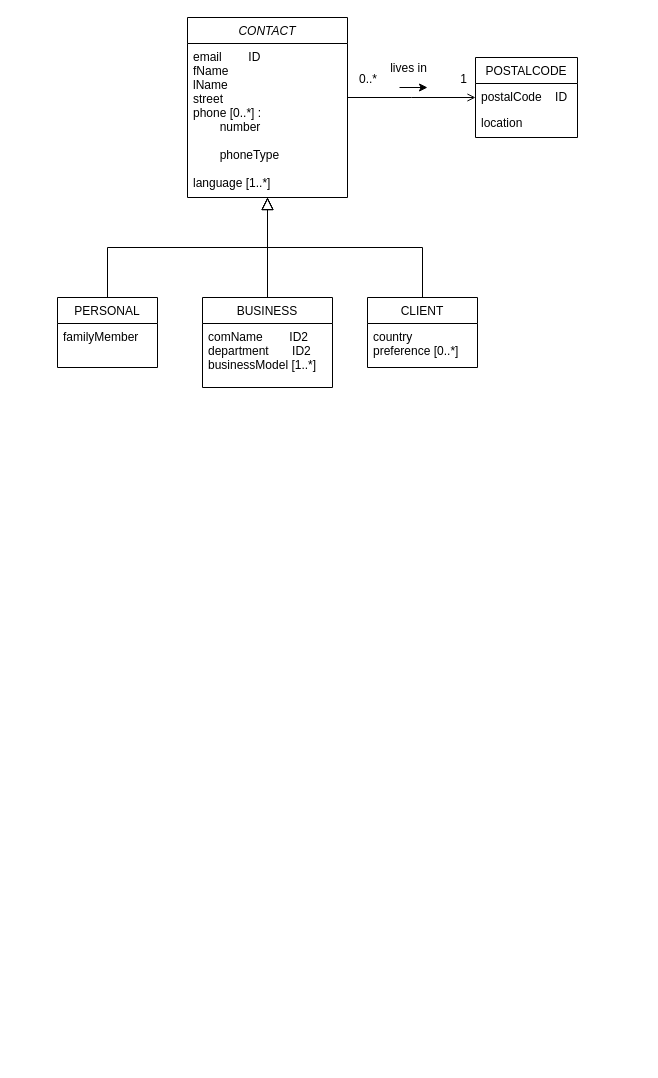
Before: Untitled Diagram.drawio in Levaote/chart, a draw.io diagram. Source tidied: cells renumbered, new cells numbered last; positions are measured from the earlier drawing's top-left corner, leaving out a move shared by most shapes. Both pictures are drawn from the tidied source at 100%, with x=0, y=0 at pixel (57, 17).
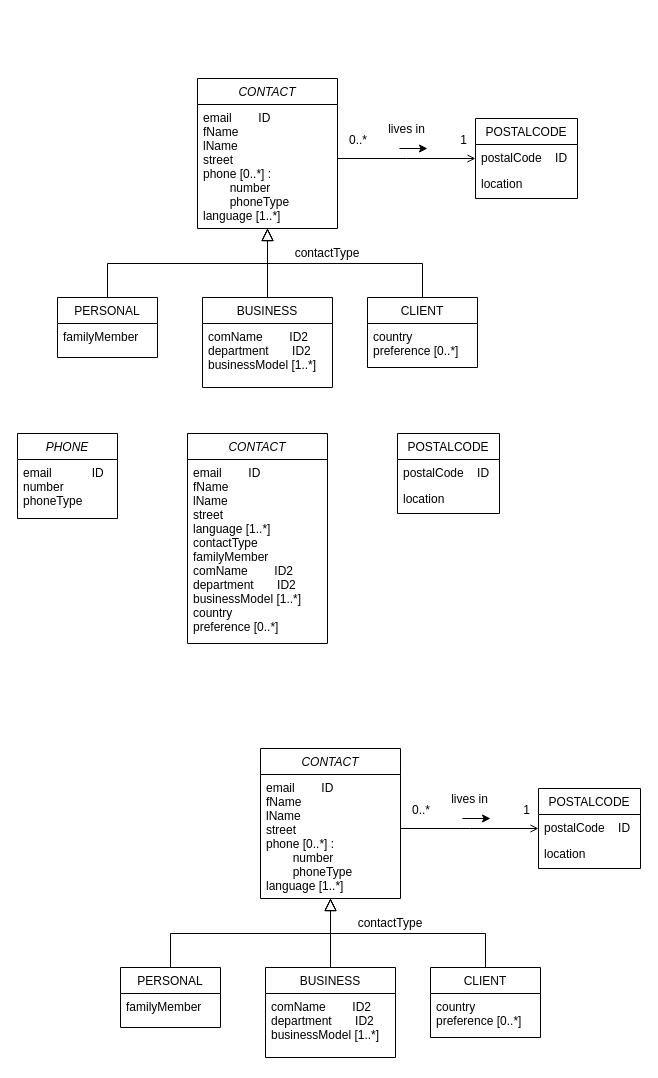
Above is the later version.

Change to the diagram source:
```diff
@@
     <mxCell id="2" value="CONTACT" style="swimlane;fontStyle=2;align=center;verticalAlign=top;horizontal=1;startSize=26;rounded=0;shadow=0;strokeWidth=1;" parent="1" vertex="1">
-      <mxGeometry x="130" width="160" height="180" as="geometry" />
+      <mxGeometry x="140" y="61" width="140" height="150" as="geometry" />
     </mxCell>
-    <mxCell id="3" value="email        ID&#10;fName&#10;lName&#10;street&#10;phone [0..*] :&#10;        number&#10;&#10;        phoneType&#10;&#10;language [1..*]" style="text;align=left;verticalAlign=top;spacingLeft=4;spacingRight=4;overflow=hidden;points=[[0,0.5],[1,0.5]];portConstraint=eastwest;" parent="2" vertex="1">
-      <mxGeometry y="26" width="160" height="154" as="geometry" />
+    <mxCell id="3" value="email        ID&#10;fName&#10;lName&#10;street&#10;phone [0..*] :&#10;        number&#10;        phoneType&#10;language [1..*]" style="text;align=left;verticalAlign=top;spacingLeft=4;spacingRight=4;overflow=hidden;points=[[0,0.5],[1,0.5]];portConstraint=eastwest;" parent="2" vertex="1">
+      <mxGeometry y="26" width="140" height="124" as="geometry" />
     </mxCell>
@@
     <mxCell id="10" value="POSTALCODE" style="swimlane;fontStyle=0;align=center;verticalAlign=top;horizontal=1;startSize=26;rounded=0;shadow=0;strokeWidth=1;" parent="1" vertex="1">
-      <mxGeometry x="418" y="40" width="102" height="80" as="geometry" />
+      <mxGeometry x="418" y="101" width="102" height="80" as="geometry" />
     </mxCell>
@@
     <mxCell id="17" style="endArrow=classic;html=1;rounded=0;" parent="1" edge="1">
       <mxGeometry relative="1" as="geometry">
-        <mxPoint x="342" y="70" as="sourcePoint" />
-        <mxPoint x="370" y="70" as="targetPoint" />
+        <mxPoint x="342" y="131" as="sourcePoint" />
+        <mxPoint x="370" y="131" as="targetPoint" />
       </mxGeometry>
     </mxCell>
     <mxCell id="18" value="PERSONAL" style="swimlane;fontStyle=0;align=center;verticalAlign=top;horizontal=1;startSize=26;rounded=0;shadow=0;strokeWidth=1;" parent="1" vertex="1">
-      <mxGeometry y="280" width="100" height="70" as="geometry" />
+      <mxGeometry y="280" width="100" height="60" as="geometry" />
     </mxCell>
     <mxCell id="19" value="familyMember" style="text;align=left;verticalAlign=top;spacingLeft=4;spacingRight=4;overflow=hidden;" parent="18" vertex="1">
-      <mxGeometry y="26" width="100" height="44" as="geometry" />
+      <mxGeometry y="26" width="100" height="34" as="geometry" />
     </mxCell>
@@
+    <mxCell id="21" value="CONTACT" style="swimlane;fontStyle=2;align=center;verticalAlign=top;horizontal=1;startSize=26;rounded=0;shadow=0;strokeWidth=1;" parent="1" vertex="1">
+      <mxGeometry x="130" y="416" width="140" height="210" as="geometry" />
+    </mxCell>
+    <mxCell id="22" value="email        ID&#10;fName&#10;lName&#10;street&#10;language [1..*]&#10;contactType&#10;familyMember&#10;comName        ID2&#10;department       ID2&#10;businessModel [1..*]&#10;country&#10;preference [0..*]" style="text;align=left;verticalAlign=top;spacingLeft=4;spacingRight=4;overflow=hidden;" parent="21" vertex="1">
+      <mxGeometry y="26" width="140" height="184" as="geometry" />
+    </mxCell>
+    <mxCell id="23" value="PHONE" style="swimlane;fontStyle=2;align=center;verticalAlign=top;horizontal=1;startSize=26;rounded=0;shadow=0;strokeWidth=1;" parent="1" vertex="1">
+      <mxGeometry x="-40" y="416" width="100" height="85" as="geometry" />
+    </mxCell>
+    <mxCell id="24" value="email            ID&#10;number&#10;phoneType" style="text;align=left;verticalAlign=top;spacingLeft=4;spacingRight=4;overflow=hidden;" parent="23" vertex="1">
+      <mxGeometry y="26" width="100" height="44" as="geometry" />
+    </mxCell>
+    <mxCell id="25" value="contactType" style="text;html=1;strokeColor=none;fillColor=none;align=center;verticalAlign=middle;whiteSpace=wrap;rounded=0;" parent="1" vertex="1">
+      <mxGeometry x="240" y="221" width="60" height="30" as="geometry" />
+    </mxCell>
+    <mxCell id="26" value="POSTALCODE" style="swimlane;fontStyle=0;align=center;verticalAlign=top;horizontal=1;startSize=26;rounded=0;shadow=0;strokeWidth=1;" parent="1" vertex="1">
+      <mxGeometry x="340" y="416" width="102" height="80" as="geometry" />
+    </mxCell>
+    <mxCell id="27" value="postalCode    ID" style="text;align=left;verticalAlign=top;spacingLeft=4;spacingRight=4;overflow=hidden;" parent="26" vertex="1">
+      <mxGeometry y="26" width="102" height="26" as="geometry" />
+    </mxCell>
+    <mxCell id="28" value="location" style="text;align=left;verticalAlign=top;spacingLeft=4;spacingRight=4;overflow=hidden;rounded=0;shadow=0;html=0;" parent="26" vertex="1">
+      <mxGeometry y="52" width="102" height="26" as="geometry" />
+    </mxCell>
+    <mxCell id="29" value="CONTACT" style="swimlane;fontStyle=2;align=center;verticalAlign=top;horizontal=1;startSize=26;rounded=0;shadow=0;strokeWidth=1;" parent="1" vertex="1">
+      <mxGeometry x="203" y="731" width="140" height="150" as="geometry" />
+    </mxCell>
+    <mxCell id="30" value="email        ID&#10;fName&#10;lName&#10;street&#10;phone [0..*] :&#10;        number&#10;        phoneType&#10;language [1..*]" style="text;align=left;verticalAlign=top;spacingLeft=4;spacingRight=4;overflow=hidden;points=[[0,0.5],[1,0.5]];portConstraint=eastwest;" parent="29" vertex="1">
+      <mxGeometry y="26" width="140" height="124" as="geometry" />
+    </mxCell>
+    <mxCell id="31" value="BUSINESS" style="swimlane;fontStyle=0;align=center;verticalAlign=top;horizontal=1;startSize=26;rounded=0;shadow=0;strokeWidth=1;" parent="1" vertex="1">
+      <mxGeometry x="208" y="950" width="130" height="90" as="geometry" />
+    </mxCell>
+    <mxCell id="32" value="comName        ID2&#10;department       ID2&#10;businessModel [1..*]&#10;" style="text;align=left;verticalAlign=top;spacingLeft=4;spacingRight=4;overflow=hidden;" parent="31" vertex="1">
+      <mxGeometry y="26" width="130" height="64" as="geometry" />
+    </mxCell>
+    <mxCell id="33" style="endArrow=block;endSize=10;endFill=0;shadow=0;strokeWidth=1;rounded=0;edgeStyle=elbowEdgeStyle;elbow=vertical;" parent="1" edge="1" source="31" target="29">
+      <mxGeometry relative="1" as="geometry" />
+    </mxCell>
+    <mxCell id="34" value="CLIENT" style="swimlane;fontStyle=0;align=center;verticalAlign=top;horizontal=1;startSize=26;rounded=0;shadow=0;strokeWidth=1;" parent="1" vertex="1">
+      <mxGeometry x="373" y="950" width="110" height="70" as="geometry" />
+    </mxCell>
+    <mxCell id="35" value="country&#10;preference [0..*]" style="text;align=left;verticalAlign=top;spacingLeft=4;spacingRight=4;overflow=hidden;" parent="34" vertex="1">
+      <mxGeometry y="26" width="110" height="44" as="geometry" />
+    </mxCell>
+    <mxCell id="36" style="endArrow=block;endSize=10;endFill=0;shadow=0;strokeWidth=1;rounded=0;edgeStyle=elbowEdgeStyle;elbow=vertical;" parent="1" edge="1" source="34" target="29">
+      <mxGeometry relative="1" as="geometry" />
+    </mxCell>
+    <mxCell id="37" value="POSTALCODE" style="swimlane;fontStyle=0;align=center;verticalAlign=top;horizontal=1;startSize=26;rounded=0;shadow=0;strokeWidth=1;" parent="1" vertex="1">
+      <mxGeometry x="481" y="771" width="102" height="80" as="geometry" />
+    </mxCell>
+    <mxCell id="38" value="postalCode    ID" style="text;align=left;verticalAlign=top;spacingLeft=4;spacingRight=4;overflow=hidden;" parent="37" vertex="1">
+      <mxGeometry y="26" width="102" height="26" as="geometry" />
+    </mxCell>
+    <mxCell id="39" value="location" style="text;align=left;verticalAlign=top;spacingLeft=4;spacingRight=4;overflow=hidden;rounded=0;shadow=0;html=0;" parent="37" vertex="1">
+      <mxGeometry y="52" width="102" height="26" as="geometry" />
+    </mxCell>
+    <mxCell id="40" style="endArrow=open;shadow=0;strokeWidth=1;rounded=0;endFill=1;edgeStyle=elbowEdgeStyle;elbow=vertical;" parent="1" edge="1" source="29" target="37">
+      <mxGeometry x="0.5" y="41" relative="1" as="geometry">
+        <mxPoint x="-40" y="32" as="offset" />
+      </mxGeometry>
+    </mxCell>
+    <mxCell id="41" value="0..*" style="align=left;verticalAlign=bottom;labelBackgroundColor=none;fontSize=12;" parent="40" vertex="1">
+      <mxGeometry x="-1" relative="1" as="geometry">
+        <mxPoint x="10" y="-10" as="offset" />
+      </mxGeometry>
+    </mxCell>
+    <mxCell id="42" value="1" style="align=right;verticalAlign=bottom;labelBackgroundColor=none;fontSize=12;" parent="40" vertex="1">
+      <mxGeometry x="1" relative="1" as="geometry">
+        <mxPoint x="-7" y="-10" as="offset" />
+      </mxGeometry>
+    </mxCell>
+    <mxCell id="43" value="lives in" style="text;html=1;align=center;verticalAlign=middle;labelBackgroundColor=none;rounded=0;shadow=0;strokeWidth=1;fontSize=12;" parent="40" vertex="1">
+      <mxGeometry x="0.5" y="49" relative="1" as="geometry">
+        <mxPoint x="-36" y="19" as="offset" />
+      </mxGeometry>
+    </mxCell>
+    <mxCell id="44" style="endArrow=classic;html=1;rounded=0;" parent="1" edge="1">
+      <mxGeometry relative="1" as="geometry">
+        <mxPoint x="405" y="801" as="sourcePoint" />
+        <mxPoint x="433" y="801" as="targetPoint" />
+      </mxGeometry>
+    </mxCell>
+    <mxCell id="45" value="PERSONAL" style="swimlane;fontStyle=0;align=center;verticalAlign=top;horizontal=1;startSize=26;rounded=0;shadow=0;strokeWidth=1;" parent="1" vertex="1">
+      <mxGeometry x="63" y="950" width="100" height="60" as="geometry" />
+    </mxCell>
+    <mxCell id="46" value="familyMember" style="text;align=left;verticalAlign=top;spacingLeft=4;spacingRight=4;overflow=hidden;" parent="45" vertex="1">
+      <mxGeometry y="26" width="100" height="34" as="geometry" />
+    </mxCell>
+    <mxCell id="47" style="endArrow=block;endSize=10;endFill=0;shadow=0;strokeWidth=1;rounded=0;edgeStyle=elbowEdgeStyle;elbow=vertical;" parent="1" edge="1" source="45" target="30">
+      <mxGeometry relative="1" as="geometry" />
+    </mxCell>
+    <mxCell id="48" value="contactType" style="text;html=1;strokeColor=none;fillColor=none;align=center;verticalAlign=middle;whiteSpace=wrap;rounded=0;" parent="1" vertex="1">
+      <mxGeometry x="303" y="891" width="60" height="30" as="geometry" />
+    </mxCell>
```
